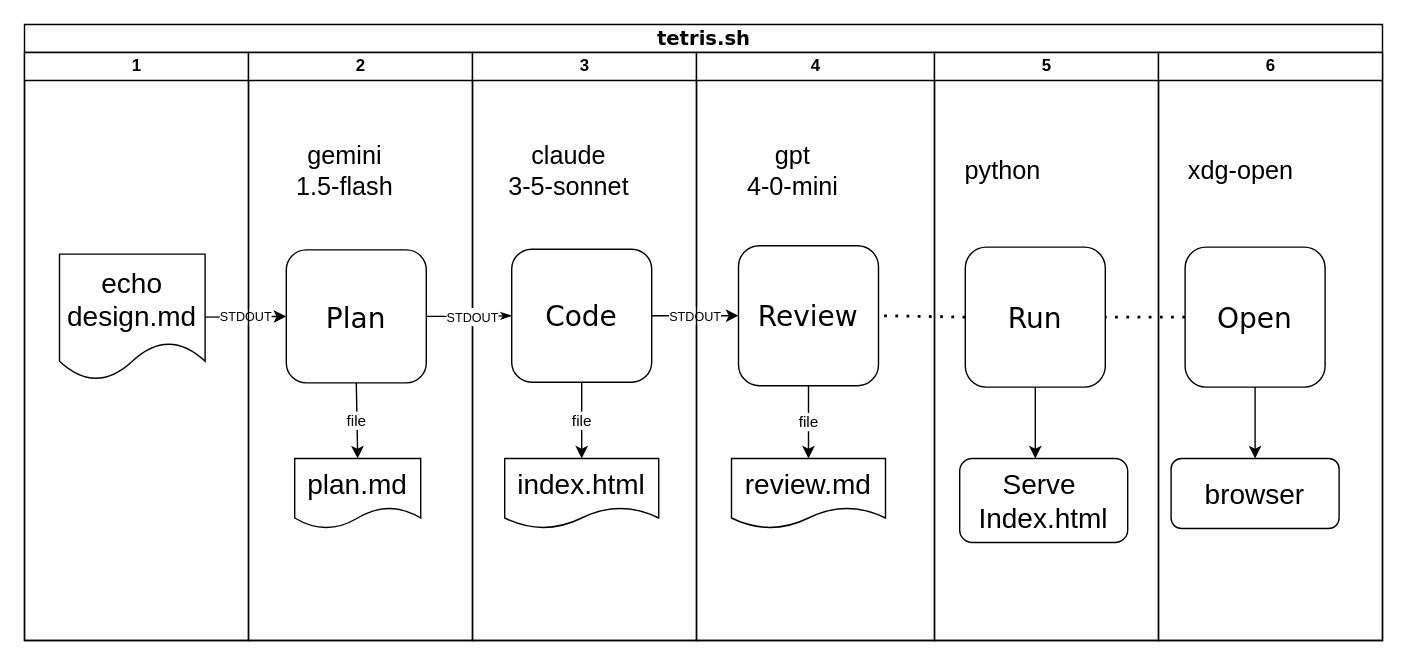
Earlier version of the draw.io diagram doc/sqirvy.drawio (dmh2000/sqirvy-ai). Source tidied: cells renumbered, new cells numbered last; positions are measured from the earlier drawing's top-left corner, leaving out a move shared by most shapes. Both pictures are drawn from the tidied source at 140%, with x=0, y=0 at pixel (24, 24).
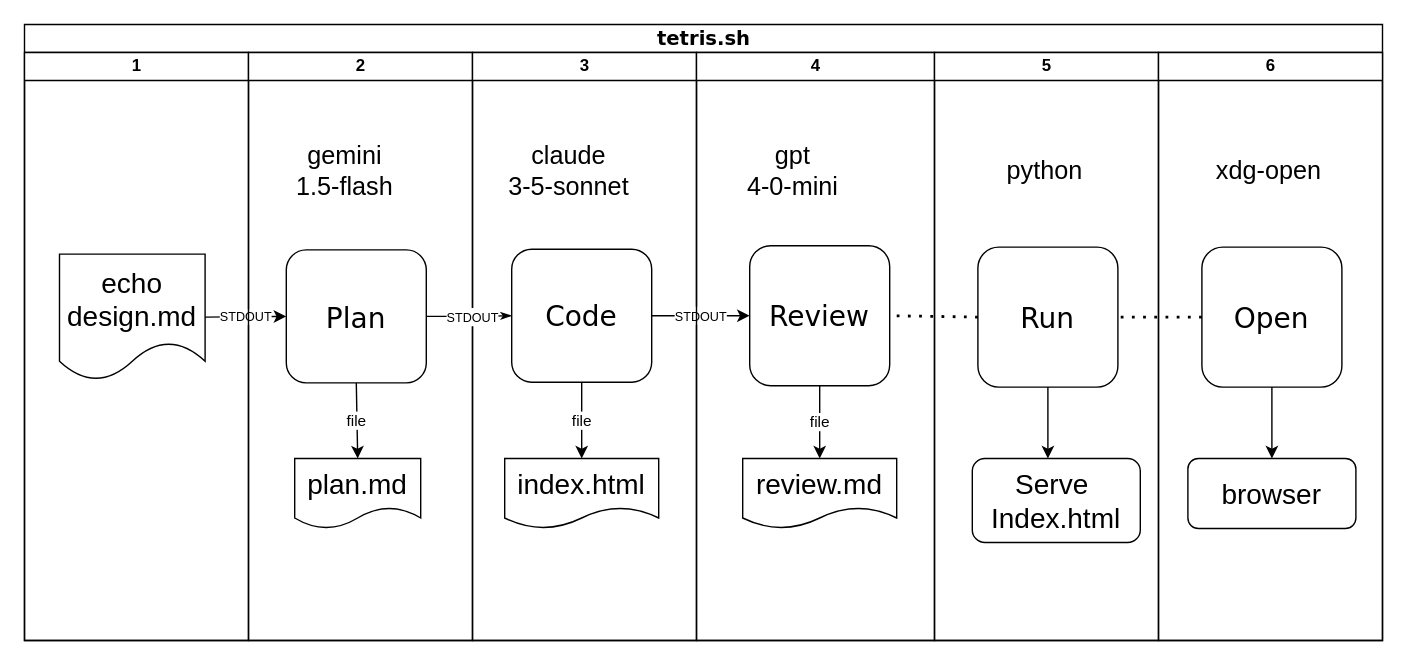
The same diagram, later.

Unchanged cells that the change refers to:
```xml
<mxCell id="13" value="3" style="swimlane;html=1;startSize=20;" parent="2" vertex="1">
  <mxGeometry x="320" y="20" width="160" height="420" as="geometry" />
</mxCell>
<mxCell id="20" value="4" style="swimlane;html=1;startSize=20;" parent="2" vertex="1">
  <mxGeometry x="480" y="20" width="170" height="420" as="geometry" />
</mxCell>
<mxCell id="29" value="5" style="swimlane;html=1;startSize=20;" parent="1" vertex="1">
  <mxGeometry x="650" y="20" width="160" height="420" as="geometry" />
</mxCell>
<mxCell id="34" value="6" style="swimlane;html=1;startSize=20;" parent="1" vertex="1">
  <mxGeometry x="810" y="20" width="160" height="420" as="geometry" />
</mxCell>
```

The edit, as a diff of the source:
```diff
@@
     <mxCell id="14" value="&lt;font style=&quot;font-size: 20px;&quot;&gt;Review&lt;/font&gt;" style="rounded=1;whiteSpace=wrap;html=1;shadow=0;labelBackgroundColor=none;strokeWidth=1;fontFamily=Verdana;fontSize=8;align=center;" parent="13" vertex="1">
-      <mxGeometry x="190" y="138" width="100" height="100" as="geometry" />
+      <mxGeometry x="198" y="138" width="100" height="100" as="geometry" />
     </mxCell>
@@
     <mxCell id="16" value="&lt;font style=&quot;font-size: 20px;&quot;&gt;review.md&lt;/font&gt;" style="shape=document;whiteSpace=wrap;html=1;boundedLbl=1;" parent="13" vertex="1">
-      <mxGeometry x="185" y="290" width="110" height="50" as="geometry" />
+      <mxGeometry x="193" y="290" width="110" height="50" as="geometry" />
     </mxCell>
@@
     <mxCell id="21" value="&lt;font style=&quot;font-size: 20px;&quot;&gt;Run&lt;/font&gt;" style="rounded=1;whiteSpace=wrap;html=1;shadow=0;labelBackgroundColor=none;strokeWidth=1;fontFamily=Verdana;fontSize=8;align=center;" parent="20" vertex="1">
-      <mxGeometry x="192" y="139" width="100" height="100" as="geometry" />
+      <mxGeometry x="201" y="139" width="100" height="100" as="geometry" />
     </mxCell>
-    <mxCell id="22" value="python" style="text;html=1;align=center;verticalAlign=middle;whiteSpace=wrap;rounded=0;fontSize=18;" parent="20" vertex="1">
-      <mxGeometry x="149" y="70" width="140" height="30" as="geometry" />
-    </mxCell>
     <mxCell id="23" style="endArrow=classic;html=1;rounded=0;exitX=0.5;exitY=1;exitDx=0;exitDy=0;" parent="20" edge="1" source="21">
       <mxGeometry relative="1" as="geometry">
-        <mxPoint x="242" y="290" as="targetPoint" />
+        <mxPoint x="251" y="290" as="targetPoint" />
       </mxGeometry>
     </mxCell>
     <mxCell id="24" value="&lt;font style=&quot;font-size: 20px;&quot;&gt;Serve&amp;nbsp;&lt;/font&gt;&lt;div&gt;&lt;font style=&quot;font-size: 20px;&quot;&gt;Index.html&lt;/font&gt;&lt;/div&gt;" style="rounded=1;whiteSpace=wrap;html=1;" parent="20" vertex="1">
-      <mxGeometry x="188" y="290" width="120" height="60" as="geometry" />
+      <mxGeometry x="197" y="290" width="120" height="60" as="geometry" />
     </mxCell>
@@
     <mxCell id="30" value="&lt;font style=&quot;font-size: 20px;&quot;&gt;Open&lt;/font&gt;" style="rounded=1;whiteSpace=wrap;html=1;shadow=0;labelBackgroundColor=none;strokeWidth=1;fontFamily=Verdana;fontSize=8;align=center;" parent="29" vertex="1">
-      <mxGeometry x="179" y="139" width="100" height="100" as="geometry" />
+      <mxGeometry x="191" y="139" width="100" height="100" as="geometry" />
     </mxCell>
-    <mxCell id="31" value="xdg-open" style="text;html=1;align=center;verticalAlign=middle;whiteSpace=wrap;rounded=0;fontSize=18;" parent="29" vertex="1">
-      <mxGeometry x="149" y="70" width="140" height="30" as="geometry" />
-    </mxCell>
     <mxCell id="32" style="endArrow=classic;html=1;rounded=0;exitX=0.5;exitY=1;exitDx=0;exitDy=0;entryX=0.5;entryY=0;entryDx=0;entryDy=0;" parent="29" edge="1" source="30">
       <mxGeometry relative="1" as="geometry">
-        <mxPoint x="229" y="290" as="targetPoint" />
+        <mxPoint x="241" y="290" as="targetPoint" />
       </mxGeometry>
     </mxCell>
     <mxCell id="33" value="&lt;font style=&quot;font-size: 20px;&quot;&gt;browser&lt;/font&gt;" style="rounded=1;whiteSpace=wrap;html=1;" parent="29" vertex="1">
-      <mxGeometry x="169" y="290" width="120" height="50" as="geometry" />
+      <mxGeometry x="181" y="290" width="120" height="50" as="geometry" />
     </mxCell>
+    <mxCell id="22" value="python" style="text;html=1;align=center;verticalAlign=middle;whiteSpace=wrap;rounded=0;fontSize=18;" parent="29" vertex="1">
+      <mxGeometry x="9" y="70" width="140" height="30" as="geometry" />
+    </mxCell>
@@
+    <mxCell id="31" value="xdg-open" style="text;html=1;align=center;verticalAlign=middle;whiteSpace=wrap;rounded=0;fontSize=18;" parent="34" vertex="1">
+      <mxGeometry x="9" y="70" width="140" height="30" as="geometry" />
+    </mxCell>
```
